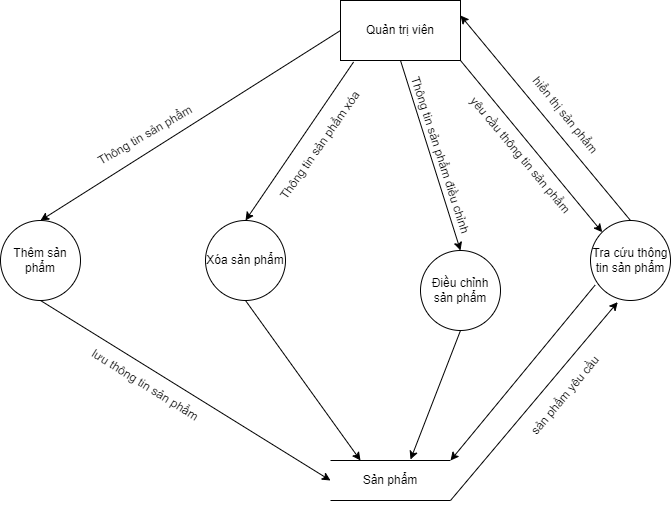
The draw.io diagram DFD/DFD_Muc01_QuanLySanPham.drawio.png in tdat7749/CongNghePhanMem, before a commit. Source tidied: cells renumbered, new cells last; positions are measured from the earlier drawing's top-left corner, leaving out a move shared by most shapes. Its diagram source:
```xml
<mxGraphModel>
  <root>
    <mxCell id="0" />
    <mxCell id="1" parent="0" />
    <mxCell id="2" value="Quản trị viên" style="rounded=0;whiteSpace=wrap;html=1;" parent="1" vertex="1">
      <mxGeometry x="340" width="120" height="60" as="geometry" />
    </mxCell>
    <mxCell id="3" value="Thêm sản phẩm" style="ellipse;whiteSpace=wrap;html=1;" parent="1" vertex="1">
      <mxGeometry y="220" width="80" height="80" as="geometry" />
    </mxCell>
    <mxCell id="4" value="Xóa sản phẩm" style="ellipse;whiteSpace=wrap;html=1;" parent="1" vertex="1">
      <mxGeometry x="205" y="220" width="80" height="80" as="geometry" />
    </mxCell>
    <mxCell id="5" value="Điều chỉnh sản phẩm" style="ellipse;whiteSpace=wrap;html=1;" parent="1" vertex="1">
      <mxGeometry x="420" y="250" width="80" height="80" as="geometry" />
    </mxCell>
    <mxCell id="6" value="Tra cứu thông tin sản phẩm" style="ellipse;whiteSpace=wrap;html=1;" parent="1" vertex="1">
      <mxGeometry x="590" y="220" width="80" height="80" as="geometry" />
    </mxCell>
    <mxCell id="7" value="Sản phẩm" style="shape=partialRectangle;whiteSpace=wrap;html=1;left=0;right=0;fillColor=none;" parent="1" vertex="1">
      <mxGeometry x="330" y="460" width="120" height="40" as="geometry" />
    </mxCell>
    <mxCell id="8" style="endArrow=classic;html=1;rounded=0;exitX=0;exitY=0.5;exitDx=0;exitDy=0;entryX=0.5;entryY=0;entryDx=0;entryDy=0;" parent="1" edge="1" source="2" target="3">
      <mxGeometry relative="1" as="geometry" />
    </mxCell>
    <mxCell id="9" style="endArrow=classic;html=1;rounded=0;exitX=0.5;exitY=1;exitDx=0;exitDy=0;entryX=0;entryY=0.5;entryDx=0;entryDy=0;" parent="1" edge="1" source="3" target="7">
      <mxGeometry relative="1" as="geometry" />
    </mxCell>
    <mxCell id="10" value="Thông tin sản phẩm" style="text;html=1;strokeColor=none;fillColor=none;align=center;verticalAlign=middle;whiteSpace=wrap;rounded=0;rotation=-30;" parent="1" vertex="1">
      <mxGeometry x="85" y="120" width="120" height="30" as="geometry" />
    </mxCell>
    <mxCell id="11" value="lưu thông tin sản phẩm" style="text;html=1;strokeColor=none;fillColor=none;align=center;verticalAlign=middle;whiteSpace=wrap;rounded=0;rotation=32;" parent="1" vertex="1">
      <mxGeometry x="75" y="370" width="140" height="30" as="geometry" />
    </mxCell>
    <mxCell id="12" value="Thông tin sản phẩm xóa" style="text;html=1;strokeColor=none;fillColor=none;align=center;verticalAlign=middle;whiteSpace=wrap;rounded=0;rotation=-55;" parent="1" vertex="1">
      <mxGeometry x="240" y="130" width="160" height="30" as="geometry" />
    </mxCell>
    <mxCell id="13" style="endArrow=classic;html=1;rounded=0;exitX=0.109;exitY=1.025;exitDx=0;exitDy=0;exitPerimeter=0;entryX=0.5;entryY=0;entryDx=0;entryDy=0;" parent="1" edge="1" source="2" target="4">
      <mxGeometry relative="1" as="geometry" />
    </mxCell>
    <mxCell id="14" style="endArrow=classic;html=1;rounded=0;exitX=0.5;exitY=1;exitDx=0;exitDy=0;entryX=0.25;entryY=0;entryDx=0;entryDy=0;" parent="1" edge="1" source="4" target="7">
      <mxGeometry relative="1" as="geometry" />
    </mxCell>
    <mxCell id="15" style="endArrow=classic;html=1;rounded=0;exitX=0.5;exitY=1;exitDx=0;exitDy=0;entryX=0.5;entryY=0;entryDx=0;entryDy=0;" parent="1" edge="1" source="2" target="5">
      <mxGeometry relative="1" as="geometry" />
    </mxCell>
    <mxCell id="16" value="Thông tin sản phẩm điều chỉnh" style="text;html=1;strokeColor=none;fillColor=none;align=center;verticalAlign=middle;whiteSpace=wrap;rounded=0;rotation=72;" parent="1" vertex="1">
      <mxGeometry x="350" y="140" width="180" height="30" as="geometry" />
    </mxCell>
    <mxCell id="17" style="endArrow=classic;html=1;rounded=0;exitX=0.5;exitY=1;exitDx=0;exitDy=0;entryX=0.667;entryY=-0.025;entryDx=0;entryDy=0;entryPerimeter=0;" parent="1" edge="1" source="5" target="7">
      <mxGeometry relative="1" as="geometry" />
    </mxCell>
    <mxCell id="18" style="endArrow=classic;html=1;rounded=0;exitX=1;exitY=1;exitDx=0;exitDy=0;entryX=0;entryY=0;entryDx=0;entryDy=0;" parent="1" edge="1" source="2" target="6">
      <mxGeometry relative="1" as="geometry" />
    </mxCell>
    <mxCell id="19" style="endArrow=classic;html=1;rounded=0;exitX=0.057;exitY=0.808;exitDx=0;exitDy=0;exitPerimeter=0;entryX=1;entryY=0;entryDx=0;entryDy=0;" parent="1" edge="1" source="6" target="7">
      <mxGeometry relative="1" as="geometry" />
    </mxCell>
    <mxCell id="20" style="endArrow=classic;html=1;rounded=0;exitX=1;exitY=1;exitDx=0;exitDy=0;entryX=0.34;entryY=1.02;entryDx=0;entryDy=0;entryPerimeter=0;" parent="1" edge="1" source="7" target="6">
      <mxGeometry relative="1" as="geometry" />
    </mxCell>
    <mxCell id="21" style="endArrow=classic;html=1;rounded=0;exitX=0.5;exitY=0;exitDx=0;exitDy=0;entryX=1;entryY=0.25;entryDx=0;entryDy=0;" parent="1" edge="1" source="6" target="2">
      <mxGeometry relative="1" as="geometry" />
    </mxCell>
    <mxCell id="22" value="yêu cầu thông tin sản phẩm" style="text;html=1;strokeColor=none;fillColor=none;align=center;verticalAlign=middle;whiteSpace=wrap;rounded=0;rotation=50;" parent="1" vertex="1">
      <mxGeometry x="430" y="140" width="180" height="30" as="geometry" />
    </mxCell>
    <mxCell id="23" value="sản phẩm yêu cầu" style="text;html=1;strokeColor=none;fillColor=none;align=center;verticalAlign=middle;whiteSpace=wrap;rounded=0;rotation=-50;" parent="1" vertex="1">
      <mxGeometry x="500" y="380" width="130" height="30" as="geometry" />
    </mxCell>
    <mxCell id="24" value="hiển thị sản phẩm" style="text;html=1;strokeColor=none;fillColor=none;align=center;verticalAlign=middle;whiteSpace=wrap;rounded=0;rotation=51;" parent="1" vertex="1">
      <mxGeometry x="510" y="100" width="110" height="30" as="geometry" />
    </mxCell>
  </root>
</mxGraphModel>
```
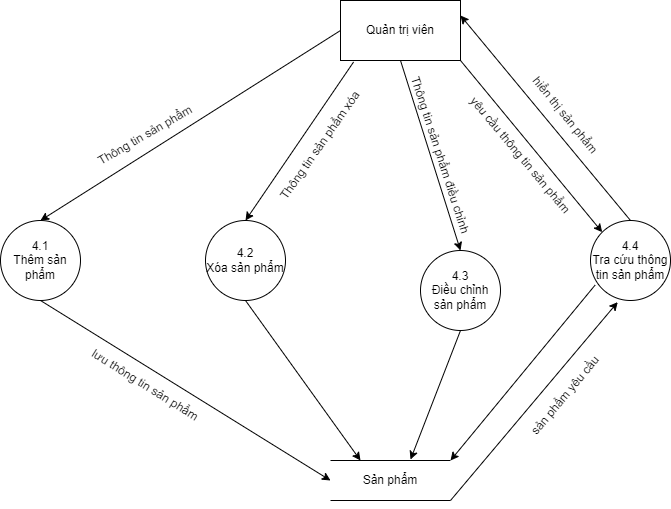
After the change.

The edit, as a diff of the source:
```diff
@@ -5,16 +5,16 @@
     <mxCell id="2" value="Quản trị viên" style="rounded=0;whiteSpace=wrap;html=1;" parent="1" vertex="1">
       <mxGeometry x="340" width="120" height="60" as="geometry" />
     </mxCell>
-    <mxCell id="3" value="Thêm sản phẩm" style="ellipse;whiteSpace=wrap;html=1;" parent="1" vertex="1">
+    <mxCell id="3" value="4.1&lt;br&gt;Thêm sản phẩm" style="ellipse;whiteSpace=wrap;html=1;" parent="1" vertex="1">
       <mxGeometry y="220" width="80" height="80" as="geometry" />
     </mxCell>
-    <mxCell id="4" value="Xóa sản phẩm" style="ellipse;whiteSpace=wrap;html=1;" parent="1" vertex="1">
+    <mxCell id="4" value="4.2&lt;br&gt;Xóa sản phẩm" style="ellipse;whiteSpace=wrap;html=1;" parent="1" vertex="1">
       <mxGeometry x="205" y="220" width="80" height="80" as="geometry" />
     </mxCell>
-    <mxCell id="5" value="Điều chỉnh sản phẩm" style="ellipse;whiteSpace=wrap;html=1;" parent="1" vertex="1">
+    <mxCell id="5" value="4.3&lt;br&gt;Điều chỉnh sản phẩm" style="ellipse;whiteSpace=wrap;html=1;" parent="1" vertex="1">
       <mxGeometry x="420" y="250" width="80" height="80" as="geometry" />
     </mxCell>
-    <mxCell id="6" value="Tra cứu thông tin sản phẩm" style="ellipse;whiteSpace=wrap;html=1;" parent="1" vertex="1">
+    <mxCell id="6" value="4.4&lt;br&gt;Tra cứu thông tin sản phẩm" style="ellipse;whiteSpace=wrap;html=1;" parent="1" vertex="1">
       <mxGeometry x="590" y="220" width="80" height="80" as="geometry" />
     </mxCell>
     <mxCell id="7" value="Sản phẩm" style="shape=partialRectangle;whiteSpace=wrap;html=1;left=0;right=0;fillColor=none;" parent="1" vertex="1">
```
